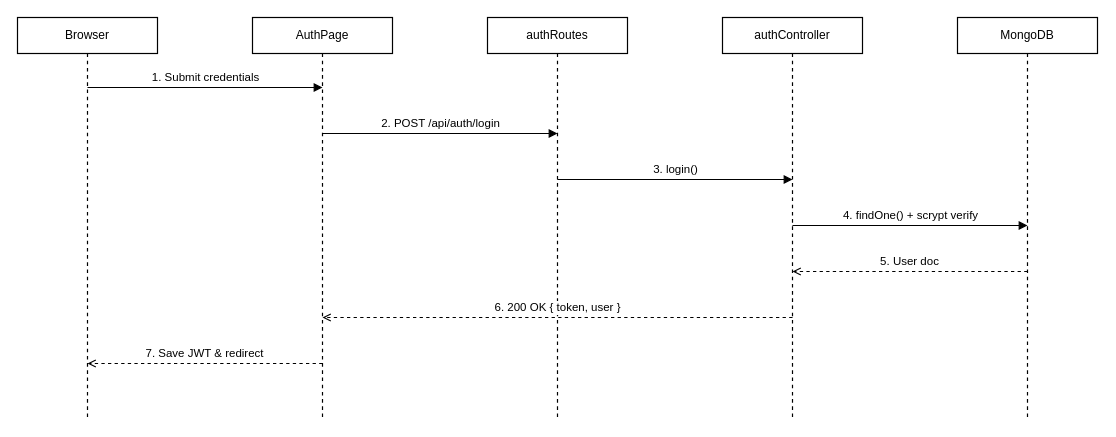
minhthanh1806/PROJECT_SDN keeps this draw.io diagram as page "3.1.2 Sequence - Login & Register" (2 of 3) of Tai lieu/Draw.io/SDS_3_1_Auth_Module.drawio. Above is the earlier version. Source tidied: cells renumbered, new cells numbered last; positions are measured from the earlier drawing's top-left corner, leaving out a move shared by most shapes. Both pictures are drawn from the tidied source at 100%, with x=0, y=0 at pixel (17, 17).
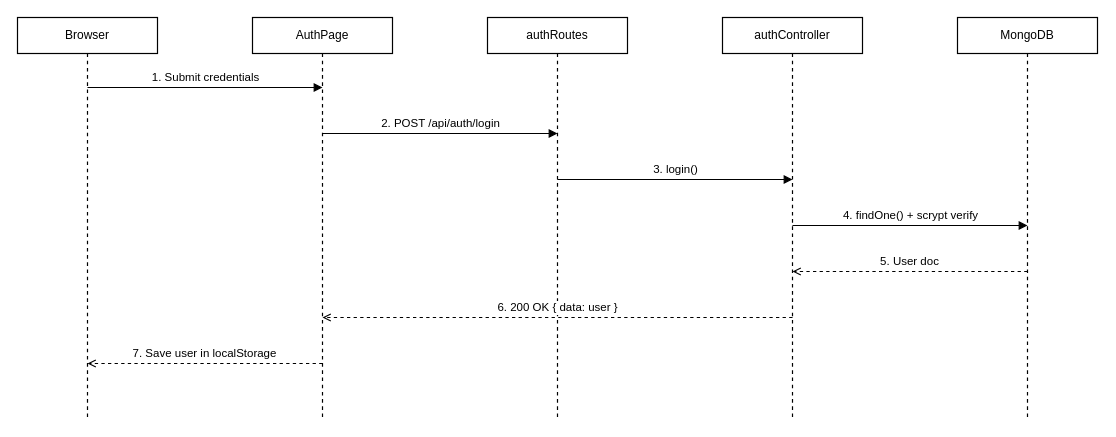
Above is the later version.

Diff of the diagram source:
```diff
@@
-    <mxCell id="12" value="6. 200 OK { token, user }" style="html=1;verticalAlign=bottom;dashed=1;endArrow=open;endFill=0;rounded=0;strokeColor=#000000;fontColor=#000000;fontSize=11.5;labelBackgroundColor=#ffffff;strokeWidth=1.1;" parent="1" edge="1">
+    <mxCell id="12" value="6. 200 OK { data: user }" style="html=1;verticalAlign=bottom;dashed=1;endArrow=open;endFill=0;rounded=0;strokeColor=#000000;fontColor=#000000;fontSize=11.5;labelBackgroundColor=#ffffff;strokeWidth=1.1;" parent="1" edge="1">
       <mxGeometry relative="1" as="geometry">
         <mxPoint x="775" y="300" as="sourcePoint" />
         <mxPoint x="305" y="300" as="targetPoint" />
       </mxGeometry>
     </mxCell>
-    <mxCell id="13" value="7. Save JWT &amp; redirect" style="html=1;verticalAlign=bottom;dashed=1;endArrow=open;endFill=0;rounded=0;strokeColor=#000000;fontColor=#000000;fontSize=11.5;labelBackgroundColor=#ffffff;strokeWidth=1.1;" parent="1" edge="1">
+    <mxCell id="13" value="7. Save user in localStorage" style="html=1;verticalAlign=bottom;dashed=1;endArrow=open;endFill=0;rounded=0;strokeColor=#000000;fontColor=#000000;fontSize=11.5;labelBackgroundColor=#ffffff;strokeWidth=1.1;" parent="1" edge="1">
       <mxGeometry relative="1" as="geometry">
         <mxPoint x="305" y="346" as="sourcePoint" />
         <mxPoint x="70" y="346" as="targetPoint" />
       </mxGeometry>
     </mxCell>
```
